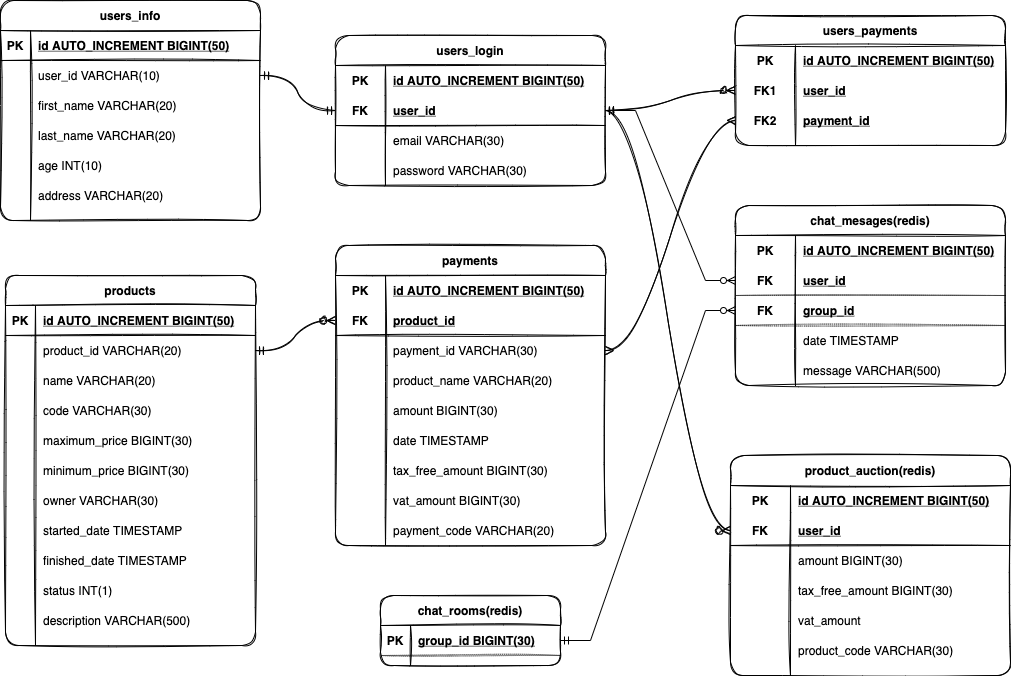
Earlier version of the draw.io export sago_database_schema.png (AnneMayor/TestRepository). Source tidied: cells renumbered, new cells last; positions are measured from the earlier drawing's top-left corner, leaving out a move shared by most shapes.
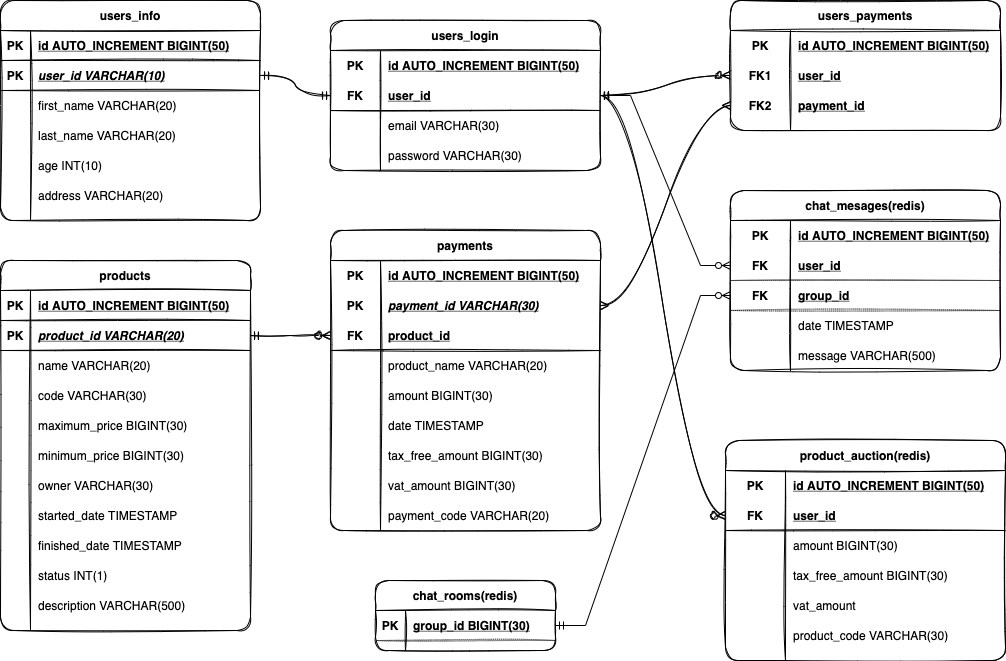
Later version of the same file.

The edit, as a diff of the source:
```diff
@@ -3,7 +3,7 @@
     <mxCell id="0" />
     <mxCell id="1" parent="0" />
     <mxCell id="2" value="users_info" style="shape=table;startSize=30;rowLines=0;fontStyle=1;align=center;rounded=1;sketch=1;" parent="1" vertex="1">
-      <mxGeometry width="260" height="220" as="geometry" />
+      <mxGeometry x="5" y="15" width="260" height="220" as="geometry" />
     </mxCell>
     <mxCell id="3" style="shape=partialRectangle;fillColor=none;top=0;left=0;bottom=1;right=0;rounded=1;sketch=1;" parent="2" vertex="1">
       <mxGeometry y="30" width="260" height="30" as="geometry" />
@@ -14,13 +14,13 @@
     <mxCell id="5" value="id AUTO_INCREMENT BIGINT(50)" style="shape=partialRectangle;fillColor=none;top=0;left=0;bottom=0;right=0;align=left;spacingLeft=6;fontStyle=5;overflow=hidden;rounded=1;sketch=1;" parent="3" vertex="1">
       <mxGeometry x="30" width="230" height="30" as="geometry" />
     </mxCell>
-    <mxCell id="6" style="shape=partialRectangle;fillColor=none;top=0;left=0;bottom=0;right=0;points=[[0,0.5],[1,0.5]];portConstraint=eastwest;rounded=1;sketch=1;" parent="2" vertex="1">
-      <mxGeometry y="60" width="260" height="30" as="geometry" />
-    </mxCell>
-    <mxCell id="7" style="shape=partialRectangle;fillColor=none;top=0;left=0;bottom=0;right=0;overflow=hidden;rounded=1;sketch=1;" parent="6" vertex="1">
-      <mxGeometry width="30" height="30" as="geometry" />
-    </mxCell>
+    <mxCell id="153" style="shape=partialRectangle;fillColor=none;top=0;left=0;bottom=1;right=0;points=[[0,0.5],[1,0.5]];portConstraint=eastwest;rounded=1;sketch=1;" parent="2" vertex="1">
+      <mxGeometry y="60" width="260" height="30" as="geometry" />
+    </mxCell>
+    <mxCell id="154" value="PK" style="shape=partialRectangle;fillColor=none;top=0;left=0;bottom=0;right=0;fontStyle=1;overflow=hidden;rounded=1;sketch=1;" parent="153" vertex="1">
+      <mxGeometry width="30" height="30" as="geometry" />
+    </mxCell>
-    <mxCell id="8" value="user_id VARCHAR(10)" style="shape=partialRectangle;fillColor=none;top=0;left=0;bottom=0;right=0;align=left;spacingLeft=6;overflow=hidden;rounded=1;sketch=1;" parent="6" vertex="1">
+    <mxCell id="8" value="user_id VARCHAR(10)" style="shape=partialRectangle;fillColor=none;top=0;left=0;bottom=0;right=0;align=left;spacingLeft=6;fontStyle=7;overflow=hidden;rounded=1;sketch=1;" parent="153" vertex="1">
       <mxGeometry x="30" width="230" height="30" as="geometry" />
     </mxCell>
     <mxCell id="9" style="shape=partialRectangle;fillColor=none;top=0;left=0;bottom=0;right=0;rounded=1;sketch=1;" parent="2" vertex="1">
@@ -59,7 +59,7 @@
     <mxCell id="20" value="address VARCHAR(20)" style="shape=partialRectangle;fillColor=none;top=0;left=0;bottom=0;right=0;align=left;spacingLeft=6;overflow=hidden;rounded=1;sketch=1;" parent="18" vertex="1">
       <mxGeometry x="30" width="230" height="30" as="geometry" />
     </mxCell>
-    <mxCell id="21" style="edgeStyle=entityRelationEdgeStyle;fontSize=12;html=1;endArrow=ERmandOne;startArrow=ERmandOne;exitX=1;exitY=0.5;exitDx=0;exitDy=0;entryX=0;entryY=0.5;entryDx=0;entryDy=0;sketch=1;curved=1;" parent="1" edge="1" source="6" target="100">
+    <mxCell id="21" style="edgeStyle=entityRelationEdgeStyle;fontSize=12;html=1;endArrow=ERmandOne;startArrow=ERmandOne;entryX=0;entryY=0.5;entryDx=0;entryDy=0;sketch=1;curved=1;" parent="1" edge="1" source="153" target="100">
       <mxGeometry relative="1" as="geometry" />
     </mxCell>
     <mxCell id="22" value="products" style="shape=table;startSize=30;rowLines=0;fontStyle=1;align=center;shadow=0;glass=0;rounded=1;sketch=1;" parent="1" vertex="1">
@@ -74,13 +74,13 @@
     <mxCell id="25" value="id AUTO_INCREMENT BIGINT(50)" style="shape=partialRectangle;fillColor=none;top=0;left=0;bottom=0;right=0;align=left;spacingLeft=6;fontStyle=5;overflow=hidden;shadow=0;glass=0;rounded=1;sketch=1;" parent="23" vertex="1">
       <mxGeometry x="30" width="220" height="30" as="geometry" />
     </mxCell>
-    <mxCell id="26" style="shape=partialRectangle;fillColor=none;top=0;left=0;bottom=0;right=0;points=[[0,0.5],[1,0.5]];portConstraint=eastwest;shadow=0;glass=0;rounded=1;sketch=1;" parent="22" vertex="1">
-      <mxGeometry y="60" width="250" height="30" as="geometry" />
-    </mxCell>
-    <mxCell id="27" style="shape=partialRectangle;fillColor=none;top=0;left=0;bottom=0;right=0;overflow=hidden;shadow=0;glass=0;rounded=1;sketch=1;" parent="26" vertex="1">
-      <mxGeometry width="30" height="30" as="geometry" />
-    </mxCell>
+    <mxCell id="155" style="shape=partialRectangle;fillColor=none;top=0;left=0;bottom=1;right=0;points=[[0,0.5],[1,0.5]];portConstraint=eastwest;shadow=0;glass=0;rounded=1;sketch=1;" parent="22" vertex="1">
+      <mxGeometry y="60" width="250" height="30" as="geometry" />
+    </mxCell>
+    <mxCell id="156" value="PK" style="shape=partialRectangle;fillColor=none;top=0;left=0;bottom=0;right=0;fontStyle=1;overflow=hidden;shadow=0;glass=0;rounded=1;sketch=1;" parent="155" vertex="1">
+      <mxGeometry width="30" height="30" as="geometry" />
+    </mxCell>
-    <mxCell id="28" value="product_id VARCHAR(20)" style="shape=partialRectangle;fillColor=none;top=0;left=0;bottom=0;right=0;align=left;spacingLeft=6;overflow=hidden;shadow=0;glass=0;rounded=1;sketch=1;" parent="26" vertex="1">
+    <mxCell id="28" value="product_id VARCHAR(20)" style="shape=partialRectangle;fillColor=none;top=0;left=0;bottom=0;right=0;align=left;spacingLeft=6;fontStyle=7;overflow=hidden;shadow=0;glass=0;rounded=1;sketch=1;" parent="155" vertex="1">
       <mxGeometry x="30" width="220" height="30" as="geometry" />
     </mxCell>
     <mxCell id="29" style="shape=partialRectangle;fillColor=none;top=0;left=0;bottom=0;right=0;shadow=0;glass=0;rounded=1;sketch=1;" parent="22" vertex="1">
@@ -164,7 +164,7 @@
     <mxCell id="55" value="description VARCHAR(500)" style="shape=partialRectangle;fillColor=none;top=0;left=0;bottom=0;right=0;align=left;spacingLeft=6;overflow=hidden;shadow=0;glass=0;rounded=1;sketch=1;" parent="53" vertex="1">
       <mxGeometry x="30" width="220" height="30" as="geometry" />
     </mxCell>
-    <mxCell id="56" style="edgeStyle=orthogonalEdgeStyle;orthogonalLoop=1;jettySize=auto;html=1;exitX=1;exitY=0.5;exitDx=0;exitDy=0;sketch=1;curved=1;" parent="22" edge="1" source="26" target="26">
+    <mxCell id="56" style="edgeStyle=orthogonalEdgeStyle;orthogonalLoop=1;jettySize=auto;html=1;exitX=1;exitY=0.5;exitDx=0;exitDy=0;sketch=1;curved=1;" parent="22" edge="1" source="x" target="x">
       <mxGeometry relative="1" as="geometry" />
     </mxCell>
     <mxCell id="57" value="payments" style="shape=table;startSize=30;rowLines=0;fontStyle=1;align=center;shadow=0;glass=0;rounded=1;sketch=1;" parent="1" vertex="1">
@@ -179,8 +179,17 @@
     <mxCell id="60" value="id AUTO_INCREMENT BIGINT(50)" style="shape=partialRectangle;fillColor=none;top=0;left=0;bottom=0;right=0;align=left;spacingLeft=6;fontStyle=5;overflow=hidden;shadow=0;glass=0;rounded=1;sketch=1;" parent="58" vertex="1">
       <mxGeometry x="50" width="220" height="30" as="geometry" />
     </mxCell>
+    <mxCell id="157" style="shape=partialRectangle;fillColor=none;top=0;left=0;bottom=0;right=0;points=[[0,0.5],[1,0.5]];portConstraint=eastwest;shadow=0;glass=0;rounded=1;sketch=1;" parent="57" vertex="1">
+      <mxGeometry y="60" width="270" height="30" as="geometry" />
+    </mxCell>
+    <mxCell id="158" value="PK" style="shape=partialRectangle;fillColor=none;top=0;left=0;bottom=0;right=0;fontStyle=1;overflow=hidden;shadow=0;glass=0;rounded=1;sketch=1;" parent="157" vertex="1">
+      <mxGeometry width="50" height="30" as="geometry" />
+    </mxCell>
+    <mxCell id="66" value="payment_id VARCHAR(30)" style="shape=partialRectangle;fillColor=none;top=0;left=0;bottom=0;right=0;align=left;spacingLeft=6;fontStyle=7;overflow=hidden;shadow=0;glass=0;rounded=1;sketch=1;" parent="157" vertex="1">
+      <mxGeometry x="50" width="220" height="30" as="geometry" />
+    </mxCell>
     <mxCell id="61" style="shape=partialRectangle;fillColor=none;top=0;left=0;bottom=1;right=0;points=[[0,0.5],[1,0.5]];portConstraint=eastwest;shadow=0;glass=0;rounded=1;sketch=1;" parent="57" vertex="1">
-      <mxGeometry y="60" width="270" height="30" as="geometry" />
+      <mxGeometry y="90" width="270" height="30" as="geometry" />
     </mxCell>
     <mxCell id="62" value="FK" style="shape=partialRectangle;fillColor=none;top=0;left=0;bottom=0;right=0;fontStyle=1;overflow=hidden;shadow=0;glass=0;rounded=1;sketch=1;" parent="61" vertex="1">
       <mxGeometry width="50" height="30" as="geometry" />
@@ -188,15 +197,6 @@
     <mxCell id="63" value="product_id" style="shape=partialRectangle;fillColor=none;top=0;left=0;bottom=0;right=0;align=left;spacingLeft=6;fontStyle=5;overflow=hidden;shadow=0;glass=0;rounded=1;sketch=1;" parent="61" vertex="1">
       <mxGeometry x="50" width="220" height="30" as="geometry" />
     </mxCell>
-    <mxCell id="64" style="shape=partialRectangle;fillColor=none;top=0;left=0;bottom=0;right=0;points=[[0,0.5],[1,0.5]];portConstraint=eastwest;shadow=0;glass=0;rounded=1;sketch=1;" parent="57" vertex="1">
-      <mxGeometry y="90" width="270" height="30" as="geometry" />
-    </mxCell>
-    <mxCell id="65" style="shape=partialRectangle;fillColor=none;top=0;left=0;bottom=0;right=0;overflow=hidden;shadow=0;glass=0;rounded=1;sketch=1;" parent="64" vertex="1">
-      <mxGeometry width="50" height="30" as="geometry" />
-    </mxCell>
-    <mxCell id="66" value="payment_id VARCHAR(30)" style="shape=partialRectangle;fillColor=none;top=0;left=0;bottom=0;right=0;align=left;spacingLeft=6;overflow=hidden;shadow=0;glass=0;rounded=1;sketch=1;" parent="64" vertex="1">
-      <mxGeometry x="50" width="220" height="30" as="geometry" />
-    </mxCell>
     <mxCell id="67" style="shape=partialRectangle;fillColor=none;top=0;left=0;bottom=0;right=0;shadow=0;glass=0;rounded=1;sketch=1;" parent="57" vertex="1">
       <mxGeometry y="120" width="270" height="30" as="geometry" />
     </mxCell>
@@ -281,7 +281,7 @@
     <mxCell id="94" value="payment_id" style="shape=partialRectangle;fillColor=none;top=0;left=0;bottom=0;right=0;align=left;spacingLeft=6;fontStyle=5;overflow=hidden;shadow=0;glass=0;rounded=1;sketch=1;" parent="92" vertex="1">
       <mxGeometry x="60" width="210" height="30" as="geometry" />
     </mxCell>
-    <mxCell id="95" style="edgeStyle=entityRelationEdgeStyle;fontSize=12;html=1;endArrow=ERzeroToMany;startArrow=ERmandOne;exitX=1;exitY=0.5;exitDx=0;exitDy=0;entryX=0;entryY=0.5;entryDx=0;entryDy=0;sketch=1;curved=1;" parent="1" edge="1" source="26" target="61">
+    <mxCell id="95" style="edgeStyle=entityRelationEdgeStyle;fontSize=12;html=1;endArrow=ERzeroToMany;startArrow=ERmandOne;exitX=1;exitY=0.5;exitDx=0;exitDy=0;entryX=0;entryY=0.5;entryDx=0;entryDy=0;sketch=1;curved=1;" parent="1" edge="1" source="155" target="61">
       <mxGeometry relative="1" as="geometry" />
     </mxCell>
     <mxCell id="96" value="users_login" style="shape=table;startSize=30;rowLines=0;fontStyle=1;align=center;shadow=0;glass=0;rounded=1;sketch=1;" parent="1" vertex="1">
@@ -374,7 +374,7 @@
     <mxCell id="125" value="message VARCHAR(500)" style="shape=partialRectangle;fillColor=none;top=0;left=0;bottom=0;right=0;align=left;spacingLeft=6;overflow=hidden;shadow=0;glass=0;rounded=1;sketch=1;" parent="123" vertex="1">
       <mxGeometry x="60" width="210" height="30" as="geometry" />
     </mxCell>
-    <mxCell id="126" style="edgeStyle=entityRelationEdgeStyle;fontSize=12;html=1;endArrow=ERmany;startArrow=ERmany;sketch=1;curved=1;" parent="1" edge="1" source="64" target="92">
+    <mxCell id="126" style="edgeStyle=entityRelationEdgeStyle;fontSize=12;html=1;endArrow=ERmany;startArrow=ERmany;sketch=1;curved=1;" parent="1" edge="1" source="157" target="92">
       <mxGeometry relative="1" as="geometry" />
     </mxCell>
     <mxCell id="127" value="chat_rooms(redis)" style="shape=table;startSize=30;rowLines=0;fontStyle=1;align=center;shadow=0;glass=0;rounded=1;sketch=1;" parent="1" vertex="1">
```
